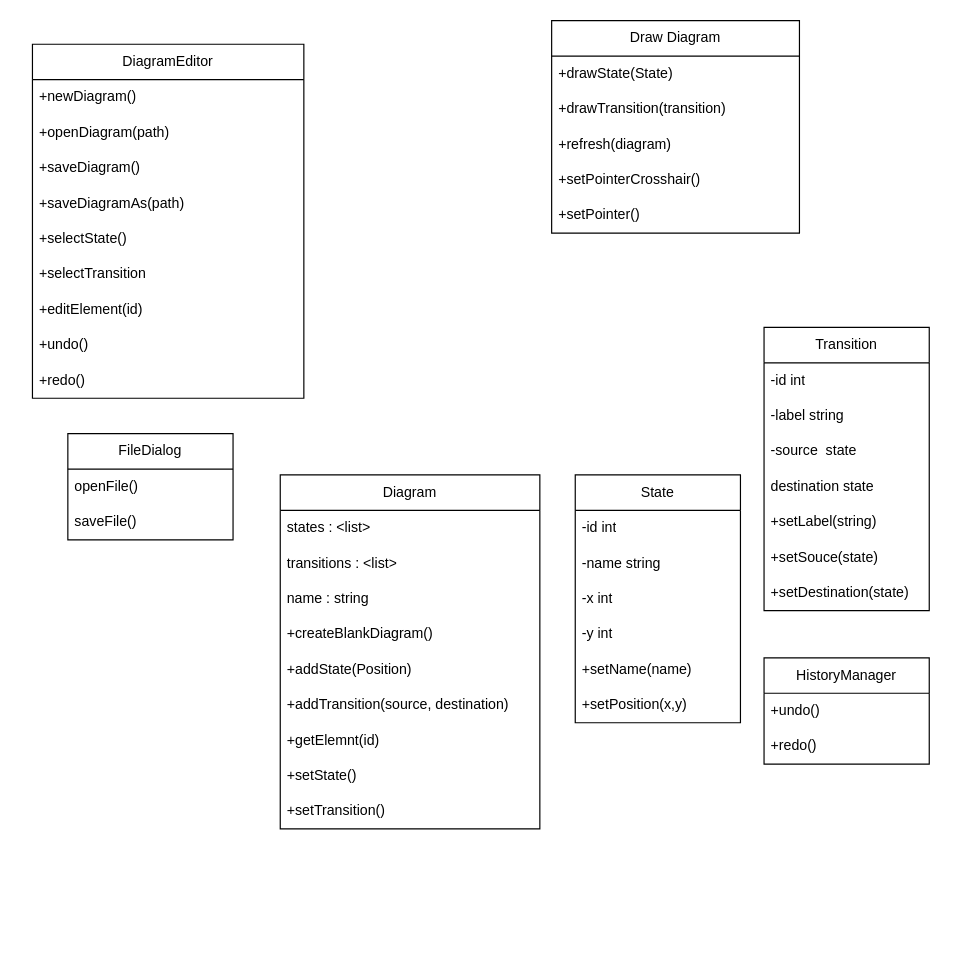
Before: DiagramEdito.drawio in vwhernan/CSC-300, a draw.io diagram. Source tidied: cells renumbered, new cells numbered last; positions are measured from the earlier drawing's top-left corner, leaving out a move shared by most shapes. Both pictures are drawn from the tidied source at 118%, with x=0, y=0 at pixel (32, 20).
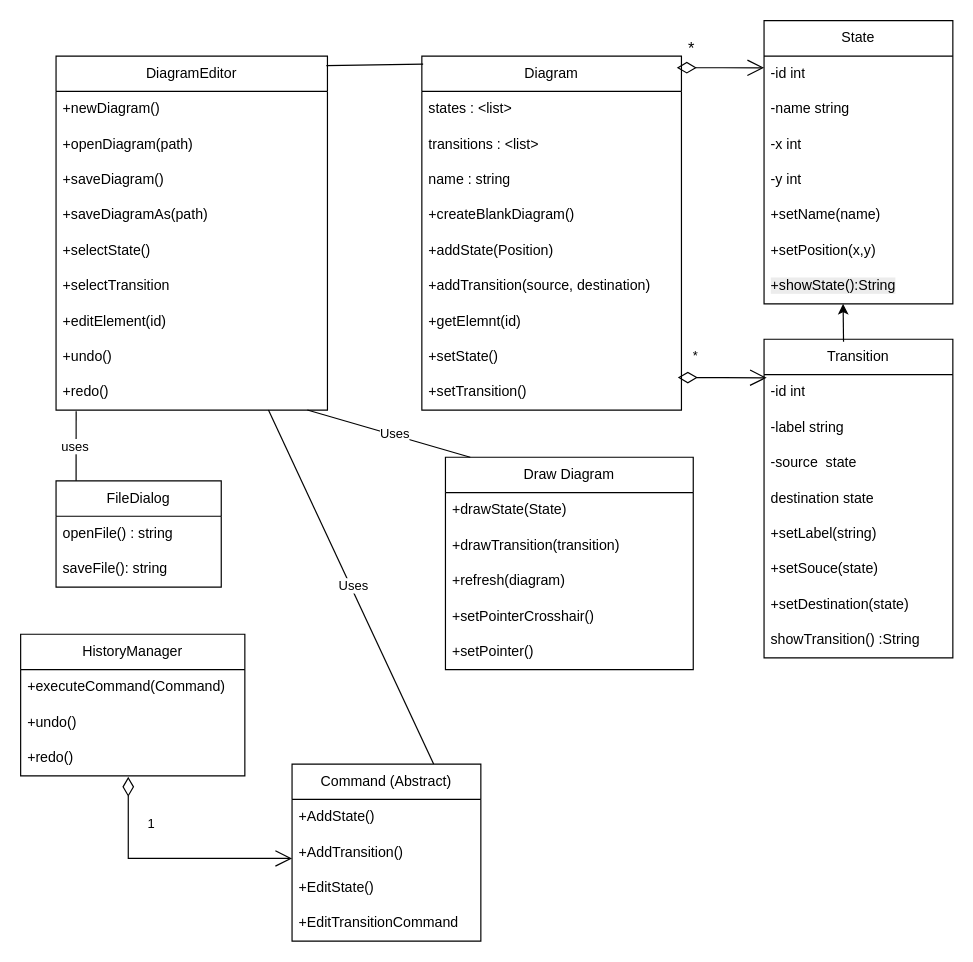
After the change.

The change refers to these unchanged cells:
```xml
<mxCell id="11" value="+redo()" style="text;strokeColor=none;fillColor=none;align=left;verticalAlign=middle;spacingLeft=4;spacingRight=4;overflow=hidden;points=[[0,0.5],[1,0.5]];portConstraint=eastwest;whiteSpace=wrap;html=1;" parent="2" vertex="1">
  <mxGeometry y="270" width="230" height="30" as="geometry" />
</mxCell>
<mxCell id="31" value="+setTransition()" style="text;strokeColor=none;fillColor=none;align=left;verticalAlign=middle;spacingLeft=4;spacingRight=4;overflow=hidden;points=[[0,0.5],[1,0.5]];portConstraint=eastwest;whiteSpace=wrap;html=1;" parent="22" vertex="1">
  <mxGeometry y="270" width="220" height="30" as="geometry" />
</mxCell>
```

Change to the diagram source:
```diff
@@
     <mxCell id="2" value="DiagramEditor" style="swimlane;fontStyle=0;horizontal=1;startSize=30;whiteSpace=wrap;html=1;" parent="1" vertex="1">
-      <mxGeometry y="20" width="230" height="300" as="geometry" />
+      <mxGeometry x="20" y="30" width="230" height="300" as="geometry" />
     </mxCell>
@@
     <mxCell id="12" value="State" style="swimlane;fontStyle=0;horizontal=1;startSize=30;whiteSpace=wrap;html=1;" parent="1" vertex="1">
-      <mxGeometry x="460" y="385" width="140" height="210" as="geometry" />
+      <mxGeometry x="620" width="160" height="240" as="geometry" />
     </mxCell>
     <mxCell id="13" value="-id int" style="text;strokeColor=none;fillColor=none;align=left;verticalAlign=middle;spacingLeft=4;spacingRight=4;overflow=hidden;points=[[0,0.5],[1,0.5]];portConstraint=eastwest;whiteSpace=wrap;html=1;" parent="12" vertex="1">
-      <mxGeometry y="30" width="140" height="30" as="geometry" />
+      <mxGeometry y="30" width="160" height="30" as="geometry" />
     </mxCell>
     <mxCell id="14" value="-name string" style="text;strokeColor=none;fillColor=none;align=left;verticalAlign=middle;spacingLeft=4;spacingRight=4;overflow=hidden;whiteSpace=wrap;html=1;" parent="12" vertex="1">
-      <mxGeometry y="60" width="140" height="30" as="geometry" />
+      <mxGeometry y="60" width="160" height="30" as="geometry" />
     </mxCell>
     <mxCell id="15" value="-x int" style="text;strokeColor=none;fillColor=none;align=left;verticalAlign=middle;spacingLeft=4;spacingRight=4;overflow=hidden;whiteSpace=wrap;html=1;" parent="12" vertex="1">
-      <mxGeometry y="90" width="140" height="30" as="geometry" />
+      <mxGeometry y="90" width="160" height="30" as="geometry" />
     </mxCell>
     <mxCell id="16" value="-y int" style="text;strokeColor=none;fillColor=none;align=left;verticalAlign=middle;spacingLeft=4;spacingRight=4;overflow=hidden;whiteSpace=wrap;html=1;" parent="12" vertex="1">
-      <mxGeometry y="120" width="140" height="30" as="geometry" />
+      <mxGeometry y="120" width="160" height="30" as="geometry" />
     </mxCell>
     <mxCell id="17" value="+setName(name)" style="text;strokeColor=none;fillColor=none;align=left;verticalAlign=middle;spacingLeft=4;spacingRight=4;overflow=hidden;whiteSpace=wrap;html=1;" parent="12" vertex="1">
-      <mxGeometry y="150" width="140" height="30" as="geometry" />
+      <mxGeometry y="150" width="160" height="30" as="geometry" />
     </mxCell>
     <mxCell id="18" value="+setPosition(x,y)" style="text;strokeColor=none;fillColor=none;align=left;verticalAlign=middle;spacingLeft=4;spacingRight=4;overflow=hidden;whiteSpace=wrap;html=1;" parent="12" vertex="1">
-      <mxGeometry y="180" width="140" height="30" as="geometry" />
+      <mxGeometry y="180" width="160" height="30" as="geometry" />
     </mxCell>
+    <mxCell id="49" value="&lt;span style=&quot;color: rgb(0, 0, 0); font-family: Helvetica; font-size: 12px; font-style: normal; font-variant-ligatures: normal; font-variant-caps: normal; font-weight: 400; letter-spacing: normal; orphans: 2; text-align: left; text-indent: 0px; text-transform: none; widows: 2; word-spacing: 0px; -webkit-text-stroke-width: 0px; white-space: normal; background-color: rgb(236, 236, 236); text-decoration-thickness: initial; text-decoration-style: initial; text-decoration-color: initial; float: none; display: inline !important;&quot;&gt;+showState():String&lt;/span&gt;" style="text;strokeColor=none;fillColor=none;align=left;verticalAlign=middle;spacingLeft=4;spacingRight=4;overflow=hidden;whiteSpace=wrap;html=1;" parent="12" vertex="1">
+      <mxGeometry y="210" width="160" height="30" as="geometry" />
+    </mxCell>
     <mxCell id="19" value="HistoryManager" style="swimlane;fontStyle=0;horizontal=1;startSize=30;whiteSpace=wrap;html=1;" parent="1" vertex="1">
-      <mxGeometry x="620" y="540" width="140" height="90" as="geometry" />
+      <mxGeometry x="-10" y="520" width="190" height="120" as="geometry" />
     </mxCell>
+    <mxCell id="50" value="+executeCommand(Command)" style="text;strokeColor=none;fillColor=none;align=left;verticalAlign=middle;spacingLeft=4;spacingRight=4;overflow=hidden;whiteSpace=wrap;html=1;" parent="19" vertex="1">
+      <mxGeometry y="30" width="190" height="30" as="geometry" />
+    </mxCell>
     <mxCell id="20" value="+undo()" style="text;strokeColor=none;fillColor=none;align=left;verticalAlign=middle;spacingLeft=4;spacingRight=4;overflow=hidden;whiteSpace=wrap;html=1;" parent="19" vertex="1">
-      <mxGeometry y="30" width="140" height="30" as="geometry" />
+      <mxGeometry y="60" width="190" height="30" as="geometry" />
     </mxCell>
     <mxCell id="21" value="+redo()" style="text;strokeColor=none;fillColor=none;align=left;verticalAlign=middle;spacingLeft=4;spacingRight=4;overflow=hidden;points=[[0,0.5],[1,0.5]];portConstraint=eastwest;whiteSpace=wrap;html=1;" parent="19" vertex="1">
-      <mxGeometry y="60" width="140" height="30" as="geometry" />
+      <mxGeometry y="90" width="190" height="30" as="geometry" />
     </mxCell>
     <mxCell id="22" value="Diagram" style="swimlane;fontStyle=0;horizontal=1;startSize=30;whiteSpace=wrap;html=1;" parent="1" vertex="1">
-      <mxGeometry x="210" y="385" width="220" height="300" as="geometry" />
+      <mxGeometry x="330" y="30" width="220" height="300" as="geometry" />
     </mxCell>
@@
     <mxCell id="32" value="Transition" style="swimlane;fontStyle=0;horizontal=1;startSize=30;whiteSpace=wrap;html=1;" parent="1" vertex="1">
-      <mxGeometry x="620" y="260" width="140" height="240" as="geometry" />
+      <mxGeometry x="620" y="270" width="160" height="270" as="geometry" />
     </mxCell>
     <mxCell id="33" value="-id int" style="text;strokeColor=none;fillColor=none;align=left;verticalAlign=middle;spacingLeft=4;spacingRight=4;overflow=hidden;whiteSpace=wrap;html=1;" parent="32" vertex="1">
-      <mxGeometry y="30" width="140" height="30" as="geometry" />
+      <mxGeometry y="30" width="160" height="30" as="geometry" />
     </mxCell>
     <mxCell id="34" value="-label string" style="text;strokeColor=none;fillColor=none;align=left;verticalAlign=middle;spacingLeft=4;spacingRight=4;overflow=hidden;whiteSpace=wrap;html=1;" parent="32" vertex="1">
-      <mxGeometry y="60" width="140" height="30" as="geometry" />
+      <mxGeometry y="60" width="160" height="30" as="geometry" />
     </mxCell>
     <mxCell id="35" value="-source&amp;nbsp; state" style="text;strokeColor=none;fillColor=none;align=left;verticalAlign=middle;spacingLeft=4;spacingRight=4;overflow=hidden;whiteSpace=wrap;html=1;" parent="32" vertex="1">
-      <mxGeometry y="90" width="140" height="30" as="geometry" />
+      <mxGeometry y="90" width="160" height="30" as="geometry" />
     </mxCell>
     <mxCell id="36" value="destination state" style="text;strokeColor=none;fillColor=none;align=left;verticalAlign=middle;spacingLeft=4;spacingRight=4;overflow=hidden;whiteSpace=wrap;html=1;" parent="32" vertex="1">
-      <mxGeometry y="120" width="140" height="30" as="geometry" />
+      <mxGeometry y="120" width="160" height="30" as="geometry" />
     </mxCell>
     <mxCell id="37" value="+setLabel(string)" style="text;strokeColor=none;fillColor=none;align=left;verticalAlign=middle;spacingLeft=4;spacingRight=4;overflow=hidden;whiteSpace=wrap;html=1;" parent="32" vertex="1">
-      <mxGeometry y="150" width="140" height="30" as="geometry" />
+      <mxGeometry y="150" width="160" height="30" as="geometry" />
     </mxCell>
     <mxCell id="38" value="+setSouce(state)" style="text;strokeColor=none;fillColor=none;align=left;verticalAlign=middle;spacingLeft=4;spacingRight=4;overflow=hidden;whiteSpace=wrap;html=1;" parent="32" vertex="1">
-      <mxGeometry y="180" width="140" height="30" as="geometry" />
+      <mxGeometry y="180" width="160" height="30" as="geometry" />
     </mxCell>
     <mxCell id="39" value="+setDestination(state)" style="text;strokeColor=none;fillColor=none;align=left;verticalAlign=middle;spacingLeft=4;spacingRight=4;overflow=hidden;whiteSpace=wrap;html=1;" parent="32" vertex="1">
-      <mxGeometry y="210" width="140" height="30" as="geometry" />
+      <mxGeometry y="210" width="160" height="30" as="geometry" />
     </mxCell>
+    <mxCell id="51" value="showTransition() :String" style="text;strokeColor=none;fillColor=none;align=left;verticalAlign=middle;spacingLeft=4;spacingRight=4;overflow=hidden;whiteSpace=wrap;html=1;" parent="32" vertex="1">
+      <mxGeometry y="240" width="160" height="30" as="geometry" />
+    </mxCell>
     <mxCell id="40" value="Draw Diagram" style="swimlane;fontStyle=0;horizontal=1;startSize=30;whiteSpace=wrap;html=1;" parent="1" vertex="1">
-      <mxGeometry x="440" width="210" height="180" as="geometry" />
+      <mxGeometry x="350" y="370" width="210" height="180" as="geometry" />
     </mxCell>
@@
     <mxCell id="46" value="FileDialog" style="swimlane;fontStyle=0;horizontal=1;startSize=30;whiteSpace=wrap;html=1;" parent="1" vertex="1">
-      <mxGeometry x="30" y="350" width="140" height="90" as="geometry" />
+      <mxGeometry x="20" y="390" width="140" height="90" as="geometry" />
     </mxCell>
-    <mxCell id="47" value="openFile()" style="text;strokeColor=none;fillColor=none;align=left;verticalAlign=middle;spacingLeft=4;spacingRight=4;overflow=hidden;whiteSpace=wrap;html=1;" parent="46" vertex="1">
+    <mxCell id="47" value="openFile() : string" style="text;strokeColor=none;fillColor=none;align=left;verticalAlign=middle;spacingLeft=4;spacingRight=4;overflow=hidden;whiteSpace=wrap;html=1;" parent="46" vertex="1">
       <mxGeometry y="30" width="140" height="30" as="geometry" />
     </mxCell>
-    <mxCell id="48" value="saveFile()" style="text;strokeColor=none;fillColor=none;align=left;verticalAlign=middle;spacingLeft=4;spacingRight=4;overflow=hidden;whiteSpace=wrap;html=1;" parent="46" vertex="1">
+    <mxCell id="48" value="saveFile(): string" style="text;strokeColor=none;fillColor=none;align=left;verticalAlign=middle;spacingLeft=4;spacingRight=4;overflow=hidden;whiteSpace=wrap;html=1;" parent="46" vertex="1">
       <mxGeometry y="60" width="140" height="30" as="geometry" />
     </mxCell>
+    <mxCell id="52" style="endArrow=none;html=1;rounded=0;entryX=0.074;entryY=1.033;entryDx=0;entryDy=0;entryPerimeter=0;" parent="1" edge="1" target="11">
+      <mxGeometry relative="1" as="geometry">
+        <mxPoint x="37" y="390" as="sourcePoint" />
+      </mxGeometry>
+    </mxCell>
+    <mxCell id="53" value="uses" style="edgeLabel;html=1;align=center;verticalAlign=middle;" parent="52" vertex="1">
+      <mxGeometry x="-0.01" y="2" relative="1" as="geometry" />
+    </mxCell>
+    <mxCell id="54" style="endArrow=none;html=1;rounded=0;entryX=0.005;entryY=0.023;entryDx=0;entryDy=0;entryPerimeter=0;exitX=0.996;exitY=0.027;exitDx=0;exitDy=0;exitPerimeter=0;" parent="1" edge="1" source="2" target="22">
+      <mxGeometry relative="1" as="geometry" />
+    </mxCell>
+    <mxCell id="55" value="&lt;font style=&quot;font-size: 14px;&quot;&gt;*&lt;/font&gt;" style="endArrow=open;html=1;endSize=12;startArrow=diamondThin;startSize=14;startFill=0;edgeStyle=orthogonalEdgeStyle;align=left;verticalAlign=bottom;rounded=0;entryX=0;entryY=0.333;entryDx=0;entryDy=0;exitX=0.982;exitY=0.033;exitDx=0;exitDy=0;exitPerimeter=0;entryPerimeter=0;" parent="1" edge="1" source="22" target="13">
+      <mxGeometry x="-0.78" y="5" relative="1" as="geometry" />
+    </mxCell>
+    <mxCell id="56" value="*" style="endArrow=open;html=1;endSize=12;startArrow=diamondThin;startSize=14;startFill=0;edgeStyle=orthogonalEdgeStyle;align=left;verticalAlign=bottom;rounded=0;entryX=0.014;entryY=0.121;entryDx=0;entryDy=0;entryPerimeter=0;exitX=0.986;exitY=0.083;exitDx=0;exitDy=0;exitPerimeter=0;" parent="1" edge="1" source="31" target="32">
+      <mxGeometry x="-0.72" y="9" relative="1" as="geometry" />
+    </mxCell>
+    <mxCell id="57" style="endArrow=none;html=1;rounded=0;entryX=0.926;entryY=1;entryDx=0;entryDy=0;entryPerimeter=0;exitX=0.1;exitY=0;exitDx=0;exitDy=0;exitPerimeter=0;" parent="1" edge="1" source="40" target="11">
+      <mxGeometry relative="1" as="geometry" />
+    </mxCell>
+    <mxCell id="58" value="Uses" style="edgeLabel;html=1;align=center;verticalAlign=middle;" parent="57" vertex="1">
+      <mxGeometry x="-0.05" y="-2" relative="1" as="geometry" />
+    </mxCell>
+    <mxCell id="59" style="endArrow=classic;html=1;rounded=0;exitX=0.421;exitY=0.008;exitDx=0;exitDy=0;exitPerimeter=0;" parent="1" edge="1" source="32">
+      <mxGeometry relative="1" as="geometry">
+        <mxPoint x="687" y="240" as="targetPoint" />
+      </mxGeometry>
+    </mxCell>
+    <mxCell id="60" value="Command (Abstract)" style="swimlane;fontStyle=0;horizontal=1;startSize=30;whiteSpace=wrap;html=1;" parent="1" vertex="1">
+      <mxGeometry x="220" y="630" width="160" height="150" as="geometry" />
+    </mxCell>
+    <mxCell id="61" value="+AddState()" style="text;strokeColor=none;fillColor=none;align=left;verticalAlign=middle;spacingLeft=4;spacingRight=4;overflow=hidden;whiteSpace=wrap;html=1;" parent="60" vertex="1">
+      <mxGeometry y="30" width="160" height="30" as="geometry" />
+    </mxCell>
+    <mxCell id="62" value="+AddTransition()" style="text;strokeColor=none;fillColor=none;align=left;verticalAlign=middle;spacingLeft=4;spacingRight=4;overflow=hidden;whiteSpace=wrap;html=1;" parent="60" vertex="1">
+      <mxGeometry y="60" width="160" height="30" as="geometry" />
+    </mxCell>
+    <mxCell id="63" value="+EditState()" style="text;strokeColor=none;fillColor=none;align=left;verticalAlign=middle;spacingLeft=4;spacingRight=4;overflow=hidden;whiteSpace=wrap;html=1;" parent="60" vertex="1">
+      <mxGeometry y="90" width="160" height="30" as="geometry" />
+    </mxCell>
+    <mxCell id="64" value="+EditTransitionCommand" style="text;strokeColor=none;fillColor=none;align=left;verticalAlign=middle;spacingLeft=4;spacingRight=4;overflow=hidden;whiteSpace=wrap;html=1;" parent="60" vertex="1">
+      <mxGeometry y="120" width="160" height="30" as="geometry" />
+    </mxCell>
+    <mxCell id="65" value="1" style="endArrow=open;html=1;endSize=12;startArrow=diamondThin;startSize=14;startFill=0;edgeStyle=orthogonalEdgeStyle;align=left;verticalAlign=bottom;rounded=0;exitX=0.48;exitY=1.028;exitDx=0;exitDy=0;exitPerimeter=0;" parent="1" edge="1" source="21">
+      <mxGeometry x="-0.19" y="20" relative="1" as="geometry">
+        <mxPoint x="220" y="710" as="targetPoint" />
+        <Array as="points">
+          <mxPoint x="81" y="710" />
+        </Array>
+      </mxGeometry>
+    </mxCell>
+    <mxCell id="66" style="endArrow=none;html=1;rounded=0;entryX=0.074;entryY=1.033;entryDx=0;entryDy=0;entryPerimeter=0;exitX=0.75;exitY=0;exitDx=0;exitDy=0;" parent="1" edge="1" source="60">
+      <mxGeometry relative="1" as="geometry">
+        <mxPoint x="200" y="330" as="targetPoint" />
+      </mxGeometry>
+    </mxCell>
+    <mxCell id="67" value="Uses" style="edgeLabel;html=1;align=center;verticalAlign=middle;" parent="66" vertex="1">
+      <mxGeometry y="-2" relative="1" as="geometry" />
+    </mxCell>
```
